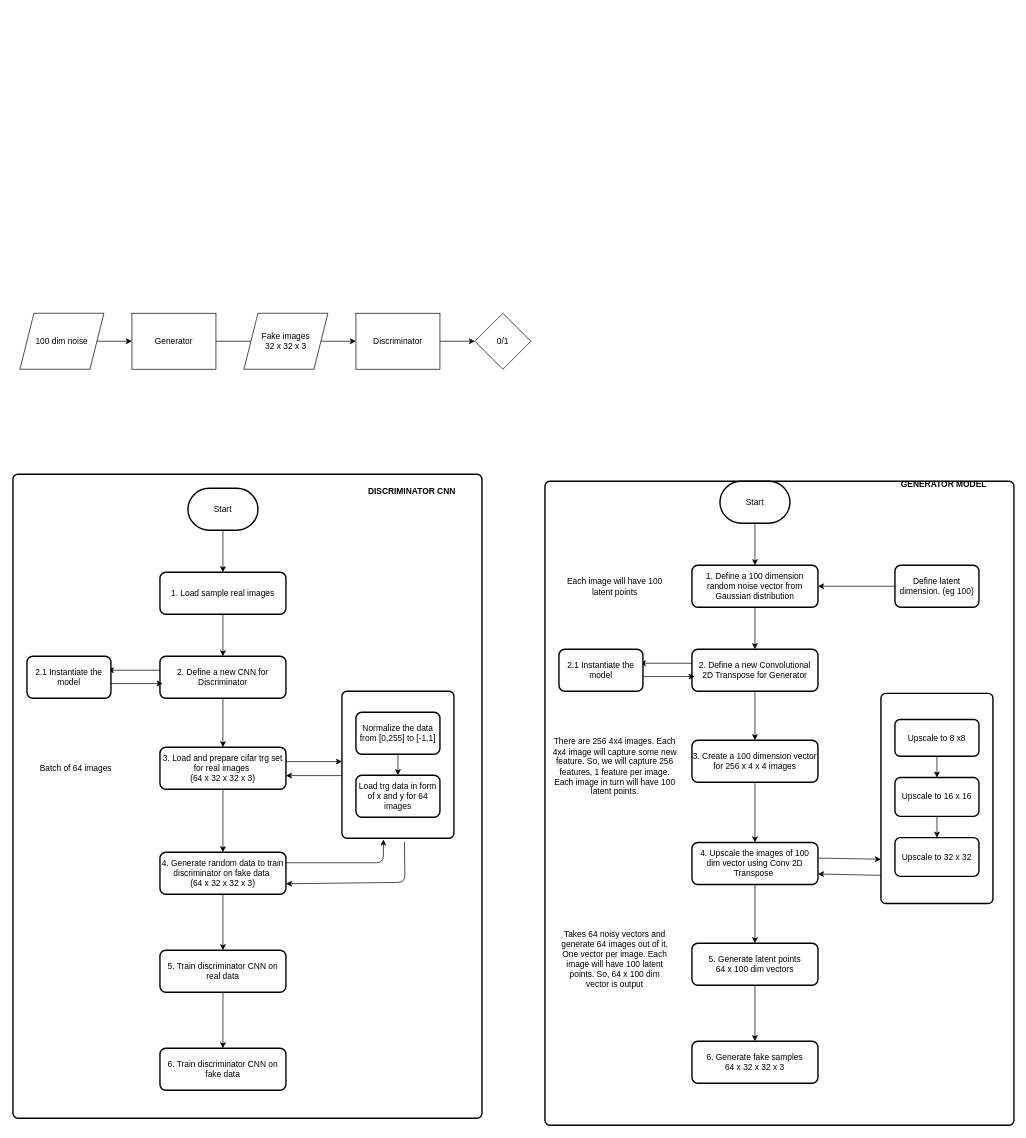
The draw.io diagram _posts/concepts/genai/diagrams/gan.drawio in samratkar/samratkar.github.io, before the edit. Source tidied: cells renumbered, new cells numbered last; positions are measured from the earlier drawing's top-left corner, leaving out a move shared by most shapes. Both pictures are drawn from the tidied source at 70%, with x=0, y=0 at pixel (13, 313).
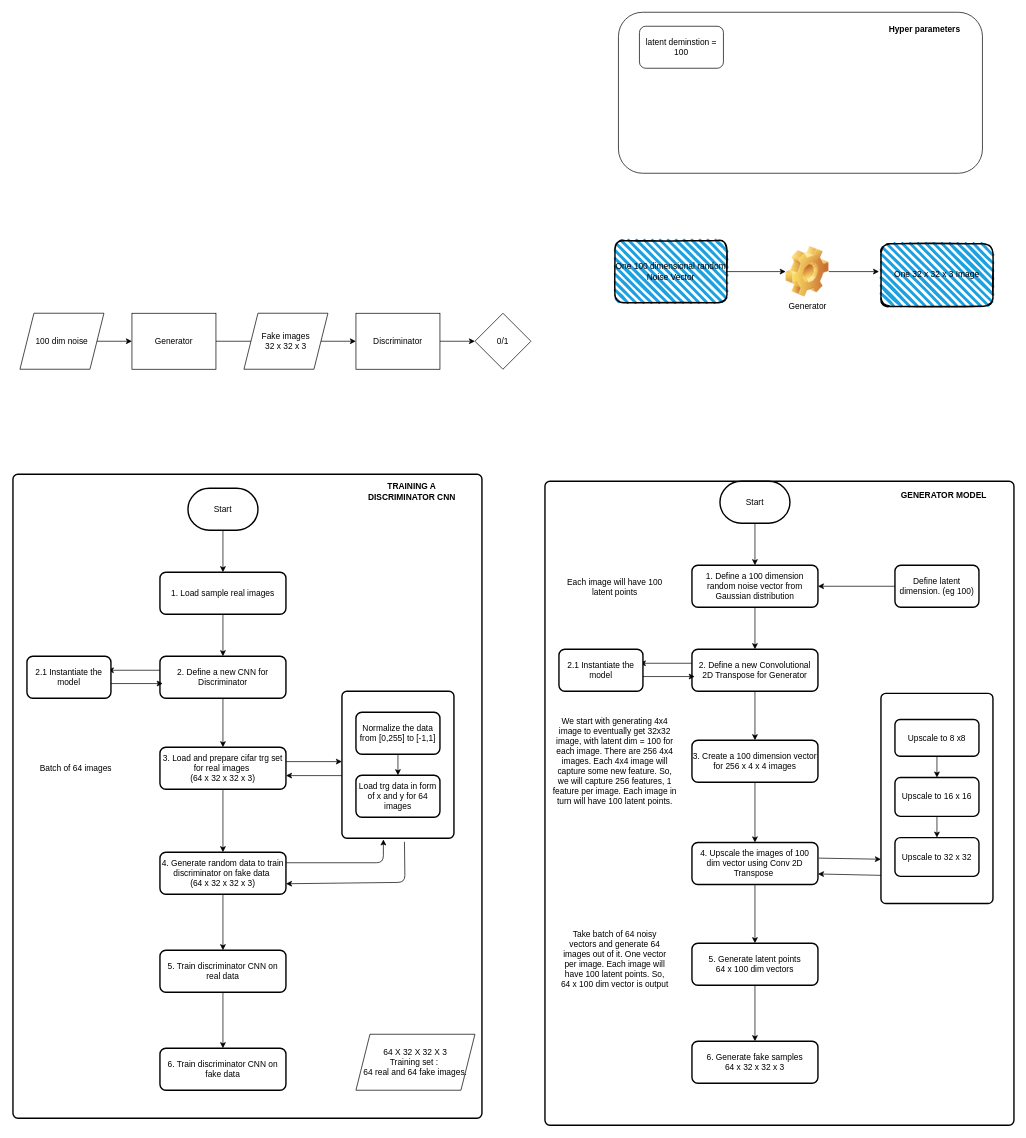
The same diagram, later.

The change refers to these unchanged cells:
```xml
<mxCell id="2" style="group;" parent="1" vertex="1">
  <mxGeometry y="230" width="670" height="920" as="geometry" />
</mxCell>
<mxCell id="31" style="group;" parent="1" vertex="1">
  <mxGeometry x="760" y="220" width="670" height="920" as="geometry" />
</mxCell>
```

Change to the diagram source:
```diff
@@
-    <mxCell id="29" value="DISCRIMINATOR CNN" style="text;html=1;align=center;verticalAlign=middle;whiteSpace=wrap;rounded=0;fontStyle=1;" parent="2" vertex="1">
+    <mxCell id="29" value="TRAINING A DISCRIMINATOR CNN" style="text;html=1;align=center;verticalAlign=middle;whiteSpace=wrap;rounded=0;fontStyle=1;" parent="2" vertex="1">
       <mxGeometry x="490" y="10" width="160" height="30" as="geometry" />
     </mxCell>
@@
+    <mxCell id="73" value="64 X 32 X 32 X 3&lt;div&gt;Training set :&amp;nbsp;&lt;/div&gt;&lt;div&gt;64 real and 64 fake images.&lt;/div&gt;" style="shape=parallelogram;perimeter=parallelogramPerimeter;whiteSpace=wrap;html=1;fixedSize=1;" parent="2" vertex="1">
+      <mxGeometry x="490" y="800" width="170" height="80" as="geometry" />
+    </mxCell>
@@
     <mxCell id="57" value="GENERATOR MODEL" style="text;html=1;align=center;verticalAlign=middle;whiteSpace=wrap;rounded=0;fontStyle=1;" parent="31" vertex="1">
-      <mxGeometry x="490" y="10" width="160" height="30" as="geometry" />
+      <mxGeometry x="490" y="25" width="160" height="30" as="geometry" />
     </mxCell>
-    <mxCell id="58" value="There are 256 4x4 images. Each 4x4 image will capture some new feature. So, we will capture 256 features, 1 feature per image. Each image in turn will have 100 latent points." style="text;html=1;align=center;verticalAlign=middle;whiteSpace=wrap;rounded=0;" parent="31" vertex="1">
-      <mxGeometry x="10" y="405" width="180" height="45" as="geometry" />
+    <mxCell id="58" value="We start with generating 4x4 image to eventually get 32x32 image, with latent dim = 100 for each image. There are 256 4x4 images. Each 4x4 image will capture some new feature. So, we will capture 256 features, 1 feature per image. Each image in turn will have 100 latent points." style="text;html=1;align=center;verticalAlign=middle;whiteSpace=wrap;rounded=0;" parent="31" vertex="1">
+      <mxGeometry x="10" y="377.5" width="180" height="85" as="geometry" />
     </mxCell>
-    <mxCell id="59" value="Takes 64 noisy vectors and generate 64 images out of it. One vector per image. Each image will have 100 latent points. So, 64 x 100 dim vector is output" style="text;html=1;align=center;verticalAlign=middle;whiteSpace=wrap;rounded=0;" parent="31" vertex="1">
+    <mxCell id="59" value="Take batch of 64 noisy vectors and generate 64 images out of it. One vector per image. Each image will have 100 latent points. So, 64 x 100 dim vector is output" style="text;html=1;align=center;verticalAlign=middle;whiteSpace=wrap;rounded=0;" parent="31" vertex="1">
       <mxGeometry x="20" y="680" width="160" height="45" as="geometry" />
     </mxCell>
@@
+    <mxCell id="74" style="group;" parent="1" vertex="1">
+      <mxGeometry x="865" y="-430" width="520" height="230" as="geometry" />
+    </mxCell>
+    <mxCell id="75" style="rounded=1;whiteSpace=wrap;html=1;" parent="74" vertex="1">
+      <mxGeometry width="520" height="230" as="geometry" />
+    </mxCell>
+    <mxCell id="76" value="latent deminstion = 100" style="rounded=1;whiteSpace=wrap;html=1;" parent="74" vertex="1">
+      <mxGeometry x="30" y="20" width="120" height="60" as="geometry" />
+    </mxCell>
+    <mxCell id="77" value="Hyper parameters" style="text;html=1;align=center;verticalAlign=middle;whiteSpace=wrap;rounded=0;fontStyle=1;" parent="74" vertex="1">
+      <mxGeometry x="375" y="10" width="125" height="30" as="geometry" />
+    </mxCell>
+    <mxCell id="78" style="edgeStyle=none;html=1;" parent="1" edge="1" source="79">
+      <mxGeometry relative="1" as="geometry">
+        <mxPoint x="1237.3" y="-59.5" as="targetPoint" />
+      </mxGeometry>
+    </mxCell>
+    <mxCell id="79" value="Generator" style="shape=image;html=1;verticalLabelPosition=bottom;verticalAlign=top;imageAspect=1;image=img/clipart/Gear_128x128.png;" parent="1" vertex="1">
+      <mxGeometry x="1104" y="-95.6" width="61.5" height="72.2" as="geometry" />
+    </mxCell>
+    <mxCell id="80" style="edgeStyle=none;html=1;" parent="1" edge="1" source="81" target="79">
+      <mxGeometry relative="1" as="geometry" />
+    </mxCell>
+    <mxCell id="81" value="One 100 dimensional random Noise Vector" style="rounded=1;whiteSpace=wrap;html=1;strokeWidth=2;fillWeight=4;hachureGap=8;hachureAngle=45;fillColor=#1ba1e2;sketch=1;" parent="1" vertex="1">
+      <mxGeometry x="860" y="-104" width="160" height="89" as="geometry" />
+    </mxCell>
+    <mxCell id="82" value="One 32 x 32 x 3 Image" style="rounded=1;whiteSpace=wrap;html=1;strokeWidth=2;fillWeight=4;hachureGap=8;hachureAngle=45;fillColor=#1ba1e2;sketch=1;" parent="1" vertex="1">
+      <mxGeometry x="1240" y="-99.2" width="160" height="89.2" as="geometry" />
+    </mxCell>
```
